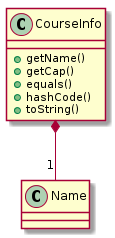
Earlier version of the PlantUML export images/CourseInfoClassDiagram.png (AY1920S2-CS2103T-F09-3/main).
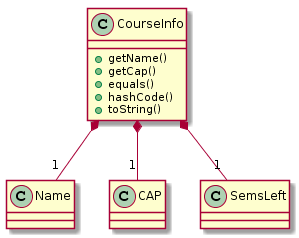
After the commit.

The edit, as a diff of the source:
```diff
@@ -9,4 +9,6 @@
 class Name {}
 
 CourseInfo *-- "1" Name
+CourseInfo *-- "1" CAP
+CourseInfo *-- "1" SemsLeft
 @enduml
```
